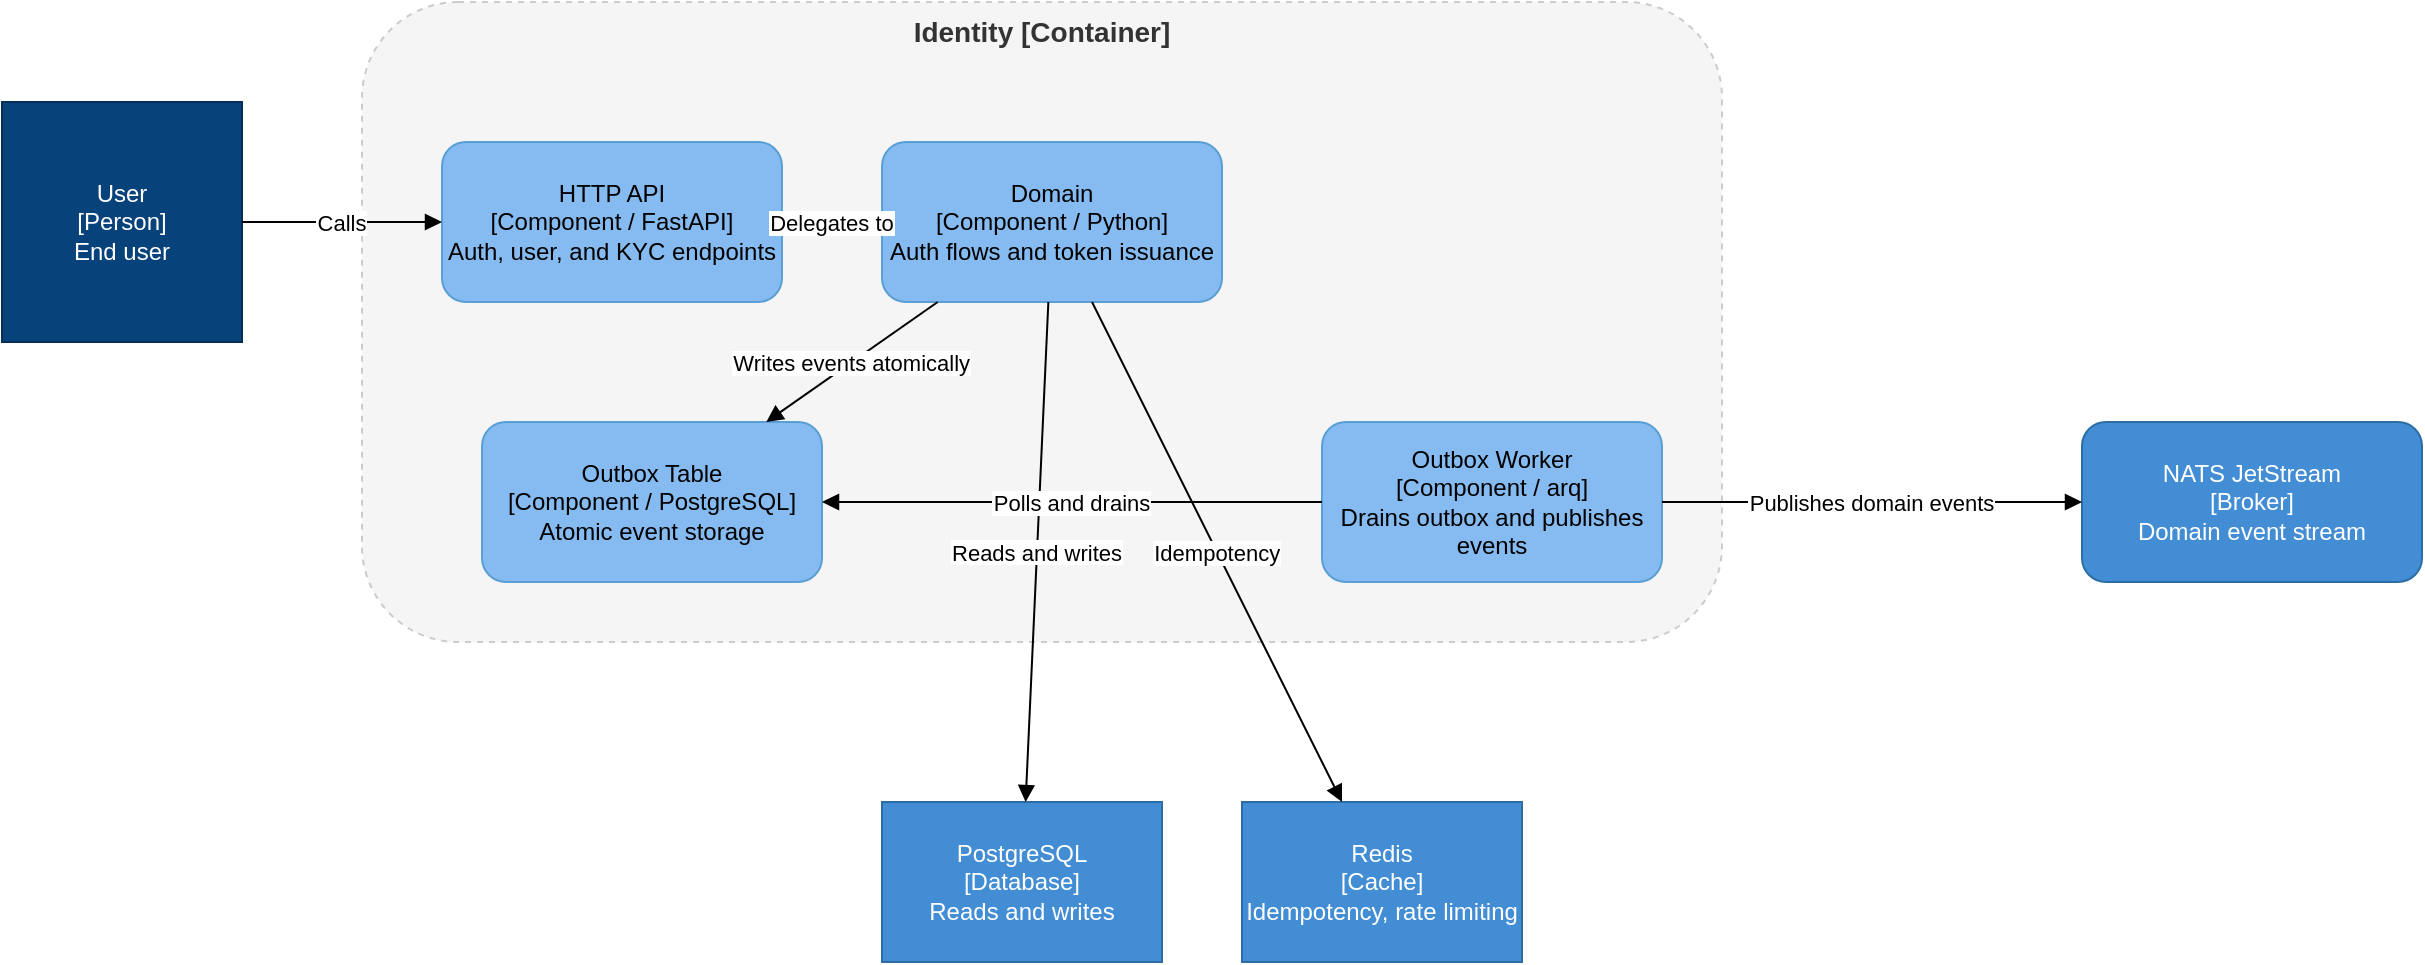
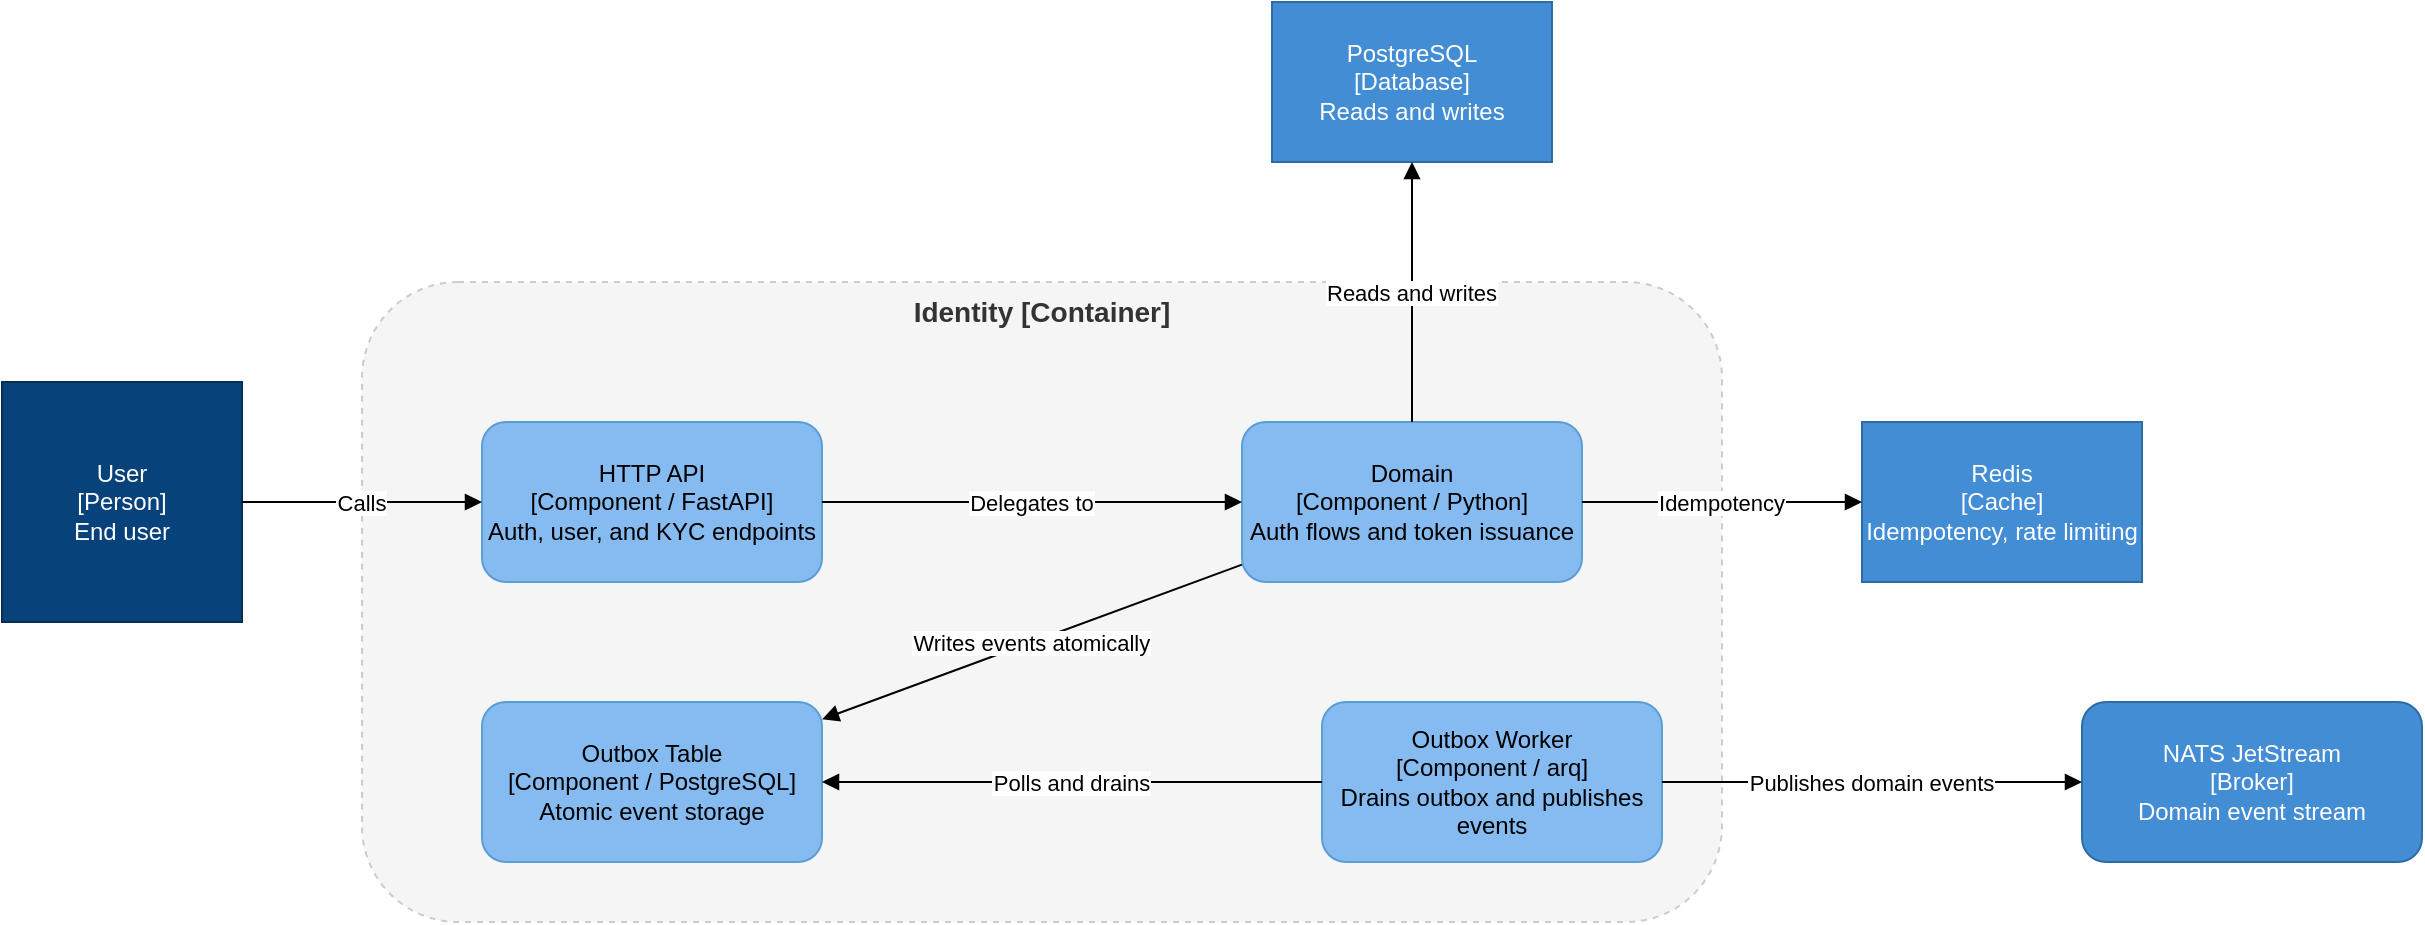
<mxfile host="embed.diagrams.net">
  <diagram name="C4 Level 3 - Identity" id="c4-component-identity">
-     <mxGraphModel dx="1515" dy="513" grid="1" gridSize="10" guides="1" tooltips="1" connect="1" arrows="1" fold="1" page="1" pageScale="1" pageWidth="1169" pageHeight="827" math="0" shadow="0">
+     <mxGraphModel dx="1299" dy="1468" grid="1" gridSize="10" guides="1" tooltips="1" connect="1" arrows="1" fold="1" page="1" pageScale="1" pageWidth="1169" pageHeight="827" math="0" shadow="0">
      <root>
        <mxCell id="0" />
        <mxCell id="1" parent="0" />
        <mxCell id="2" html="0" parent="1" style="rounded=1;dashed=1;fillColor=#f5f5f5;strokeColor=#cccccc;fontSize=14;fontStyle=1;fontColor=#333333;verticalAlign=top;html=0;" value="Identity [Container]" vertex="1">
          <mxGeometry height="320" width="680" x="220" y="60" as="geometry" />
        </mxCell>
        <mxCell id="3" html="0" parent="1" style="shape=mxgraph.basic.person;whiteSpace=wrap;fillColor=#08427B;fontColor=#ffffff;strokeColor=#052e56;fontSize=12;html=0;" value="User&#xa;[Person]&#xa;End user" vertex="1">
          <mxGeometry height="120" width="120" x="40" y="110" as="geometry" />
        </mxCell>
        <mxCell id="4" html="0" parent="1" style="rounded=1;whiteSpace=wrap;fillColor=#85BBF0;fontColor=#000000;strokeColor=#5a9fd4;fontSize=12;html=0;" value="HTTP API&#xa;[Component / FastAPI]&#xa;Auth, user, and KYC endpoints" vertex="1">
-           <mxGeometry height="80" width="170" x="260" y="130" as="geometry" />
+           <mxGeometry height="80" width="170" x="280" y="130" as="geometry" />
        </mxCell>
        <mxCell id="5" html="0" parent="1" style="rounded=1;whiteSpace=wrap;fillColor=#85BBF0;fontColor=#000000;strokeColor=#5a9fd4;fontSize=12;html=0;" value="Domain&#xa;[Component / Python]&#xa;Auth flows and token issuance" vertex="1">
-           <mxGeometry height="80" width="170" x="480" y="130" as="geometry" />
+           <mxGeometry height="80" width="170" x="660" y="130" as="geometry" />
        </mxCell>
        <mxCell id="6" html="0" parent="1" style="rounded=1;whiteSpace=wrap;fillColor=#85BBF0;fontColor=#000000;strokeColor=#5a9fd4;fontSize=12;html=0;" value="Outbox Table&#xa;[Component / PostgreSQL]&#xa;Atomic event storage" vertex="1">
          <mxGeometry height="80" width="170" x="280" y="270" as="geometry" />
        </mxCell>
        <mxCell id="7" html="0" parent="1" style="rounded=1;whiteSpace=wrap;fillColor=#85BBF0;fontColor=#000000;strokeColor=#5a9fd4;fontSize=12;html=0;" value="Outbox Worker&#xa;[Component / arq]&#xa;Drains outbox and publishes events" vertex="1">
          <mxGeometry height="80" width="170" x="700" y="270" as="geometry" />
        </mxCell>
        <mxCell id="8" html="0" parent="1" style="shape=mxgraph.basic.cylinder3;whiteSpace=wrap;fillColor=#438DD5;fontColor=#ffffff;strokeColor=#2e6da4;fontSize=12;html=0;" value="PostgreSQL&#xa;[Database]&#xa;Reads and writes" vertex="1">
-           <mxGeometry height="80" width="140" x="480" y="460" as="geometry" />
+           <mxGeometry height="80" width="140" x="675" y="-80" as="geometry" />
        </mxCell>
        <mxCell id="9" html="0" parent="1" style="rounded=1;whiteSpace=wrap;fillColor=#438DD5;fontColor=#ffffff;strokeColor=#2e6da4;fontSize=12;html=0;" value="NATS JetStream&#xa;[Broker]&#xa;Domain event stream" vertex="1">
          <mxGeometry height="80" width="170" x="1080" y="270" as="geometry" />
        </mxCell>
        <mxCell id="10" html="0" parent="1" style="shape=mxgraph.basic.cylinder3;whiteSpace=wrap;fillColor=#438DD5;fontColor=#ffffff;strokeColor=#2e6da4;fontSize=12;html=0;" value="Redis&#xa;[Cache]&#xa;Idempotency, rate limiting" vertex="1">
-           <mxGeometry height="80" width="140" x="660" y="460" as="geometry" />
+           <mxGeometry height="80" width="140" x="970" y="130" as="geometry" />
        </mxCell>
        <mxCell id="11" edge="1" html="0" parent="1" source="3" style="endArrow=block;endFill=1;fontSize=11;html=0;" target="4" value="Calls">
          <mxGeometry relative="1" as="geometry" />
        </mxCell>
        <mxCell id="12" edge="1" html="0" parent="1" source="4" style="endArrow=block;endFill=1;fontSize=11;html=0;" target="5" value="Delegates to">
          <mxGeometry relative="1" as="geometry" />
        </mxCell>
        <mxCell id="13" edge="1" html="0" parent="1" source="5" style="endArrow=block;endFill=1;fontSize=11;html=0;" target="6" value="Writes events atomically">
          <mxGeometry relative="1" as="geometry" />
        </mxCell>
        <mxCell id="14" edge="1" html="0" parent="1" source="5" style="endArrow=block;endFill=1;fontSize=11;html=0;" target="8" value="Reads and writes">
          <mxGeometry relative="1" as="geometry" />
        </mxCell>
        <mxCell id="15" edge="1" html="0" parent="1" source="5" style="endArrow=block;endFill=1;fontSize=11;html=0;" target="10" value="Idempotency">
          <mxGeometry relative="1" as="geometry" />
        </mxCell>
        <mxCell id="16" edge="1" html="0" parent="1" source="7" style="endArrow=block;endFill=1;fontSize=11;html=0;" target="6" value="Polls and drains">
          <mxGeometry relative="1" as="geometry" />
        </mxCell>
        <mxCell id="17" edge="1" html="0" parent="1" source="7" style="endArrow=block;endFill=1;fontSize=11;html=0;" target="9" value="Publishes domain events">
          <mxGeometry relative="1" as="geometry" />
        </mxCell>
      </root>
    </mxGraphModel>
  </diagram>
</mxfile>
